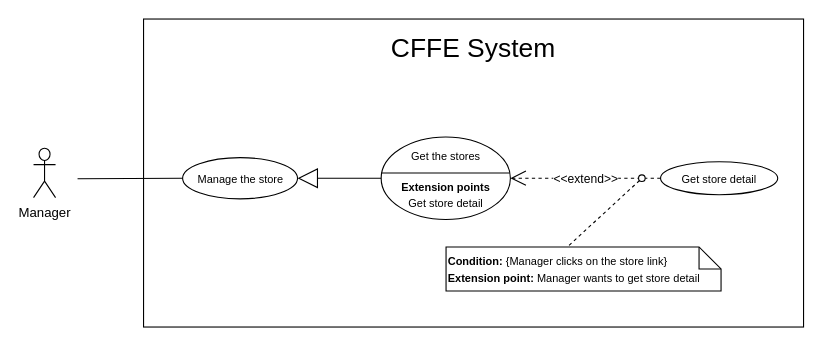
This is page "GetStoreDetail" (2 of 21) of Users/HuuDN/UsecaseDiagram/Admin/Overview.drawio from luannmdev/CapstoneDocument, a draw.io file, before an edit. Source tidied: cells renumbered, new cells numbered last; positions are measured from the earlier drawing's top-left corner, leaving out a move shared by most shapes. Both pictures are drawn from the tidied source at 110%, with x=0, y=0 at pixel (33, 19).
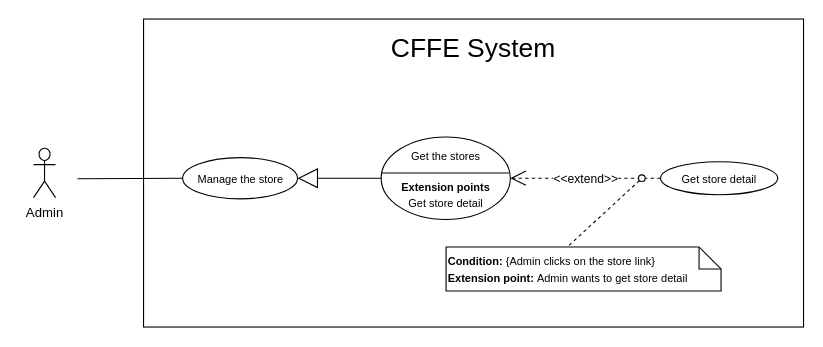
The same page after the edit.

The edit, as a diff of the source:
```diff
@@
 <mxGraphModel>
   <root>
     <mxCell id="0" />
     <mxCell id="1" parent="0" />
     <mxCell id="2" style="rounded=0;whiteSpace=wrap;html=1;" parent="1" vertex="1">
       <mxGeometry x="100" y="-0.2" width="600" height="280" as="geometry" />
     </mxCell>
     <mxCell id="3" value="&lt;span style=&quot;font-size: 24px&quot;&gt;CFFE System&lt;/span&gt;" style="text;html=1;strokeColor=none;fillColor=none;align=center;verticalAlign=middle;whiteSpace=wrap;rounded=0;" parent="1" vertex="1">
       <mxGeometry x="235" y="17" width="330" height="20" as="geometry" />
     </mxCell>
-    <mxCell id="4" value="Manager" style="shape=umlActor;verticalLabelPosition=bottom;verticalAlign=top;html=1;" parent="1" vertex="1">
+    <mxCell id="4" value="Admin" style="shape=umlActor;verticalLabelPosition=bottom;verticalAlign=top;html=1;" parent="1" vertex="1">
       <mxGeometry y="117.2" width="20" height="45" as="geometry" />
     </mxCell>
     <mxCell id="5" style="endArrow=none;html=1;rounded=0;exitX=0;exitY=0.5;exitDx=0;exitDy=0;" parent="1" edge="1" source="13">
       <mxGeometry relative="1" as="geometry">
         <mxPoint x="40" y="145" as="targetPoint" />
       </mxGeometry>
     </mxCell>
     <mxCell id="6" value="&lt;font style=&quot;font-size: 10px&quot;&gt;Get the stores&lt;br&gt;&lt;br&gt;&lt;b&gt;Extension points&lt;/b&gt;&lt;br&gt;Get store detail&lt;br&gt;&lt;/font&gt;" style="ellipse;whiteSpace=wrap;html=1;" parent="1" vertex="1">
       <mxGeometry x="316" y="107" width="117.5" height="75" as="geometry" />
     </mxCell>
     <mxCell id="7" style="line;strokeWidth=1;fillColor=none;align=left;verticalAlign=middle;spacingTop=-1;spacingLeft=3;spacingRight=3;labelPosition=right;fontSize=18;" parent="1" vertex="1">
       <mxGeometry x="316" y="135.8" width="117" height="8" as="geometry" />
     </mxCell>
     <mxCell id="8" value="&lt;font style=&quot;font-size: 10px&quot;&gt;Get store detail&lt;br&gt;&lt;/font&gt;" style="ellipse;whiteSpace=wrap;html=1;" parent="1" vertex="1">
       <mxGeometry x="570" y="129.5" width="106.5" height="30" as="geometry" />
     </mxCell>
     <mxCell id="9" value="&amp;lt;&amp;lt;extend&amp;gt;&amp;gt;" style="endArrow=open;endSize=12;dashed=1;html=1;exitX=0;exitY=0.5;exitDx=0;exitDy=0;" parent="1" edge="1" source="8" target="6">
       <mxGeometry relative="1" as="geometry" />
     </mxCell>
-    <mxCell id="10" value="&lt;font style=&quot;font-size: 10px&quot;&gt;&lt;b&gt;Condition: &lt;/b&gt;{Manager clicks on the&amp;nbsp;&lt;span style=&quot;text-align: center&quot;&gt;store&lt;/span&gt;&amp;nbsp;link}&lt;br&gt;&lt;b&gt;Extension point:&amp;nbsp;&lt;/b&gt;Manager&amp;nbsp;wants to get&amp;nbsp;&lt;span style=&quot;text-align: center&quot;&gt;store&lt;/span&gt;&amp;nbsp;detail&lt;/font&gt;" style="shape=note;size=20;whiteSpace=wrap;html=1;align=left;" parent="1" vertex="1">
+    <mxCell id="10" value="&lt;font style=&quot;font-size: 10px&quot;&gt;&lt;b&gt;Condition: &lt;/b&gt;{Admin clicks on the&amp;nbsp;&lt;span style=&quot;text-align: center&quot;&gt;store&lt;/span&gt;&amp;nbsp;link}&lt;br&gt;&lt;b&gt;Extension point:&amp;nbsp;&lt;/b&gt;Admin wants to get&amp;nbsp;&lt;span style=&quot;text-align: center&quot;&gt;store&lt;/span&gt;&amp;nbsp;detail&lt;/font&gt;" style="shape=note;size=20;whiteSpace=wrap;html=1;align=left;" parent="1" vertex="1">
       <mxGeometry x="375" y="207" width="250" height="40" as="geometry" />
     </mxCell>
     <mxCell id="11" style="endArrow=none;dashed=1;html=1;entryX=0.441;entryY=0;entryDx=0;entryDy=0;entryPerimeter=0;exitX=0;exitY=1;exitDx=0;exitDy=0;" parent="1" edge="1" source="12" target="10">
       <mxGeometry relative="1" as="geometry" />
     </mxCell>
     <mxCell id="12" style="ellipse;whiteSpace=wrap;html=1;" parent="1" vertex="1">
       <mxGeometry x="550" y="141.5" width="6" height="6" as="geometry" />
     </mxCell>
     <mxCell id="13" value="&lt;font style=&quot;font-size: 10px&quot;&gt;Manage the store&lt;br&gt;&lt;/font&gt;" style="ellipse;whiteSpace=wrap;html=1;" parent="1" vertex="1">
       <mxGeometry x="135.5" y="125.8" width="104.5" height="37.5" as="geometry" />
     </mxCell>
     <mxCell id="14" style="endArrow=block;endSize=16;endFill=0;html=1;exitX=0;exitY=0.5;exitDx=0;exitDy=0;entryX=1;entryY=0.5;entryDx=0;entryDy=0;" parent="1" edge="1" source="6" target="13">
       <mxGeometry relative="1" as="geometry" />
     </mxCell>
   </root>
 </mxGraphModel>
```
